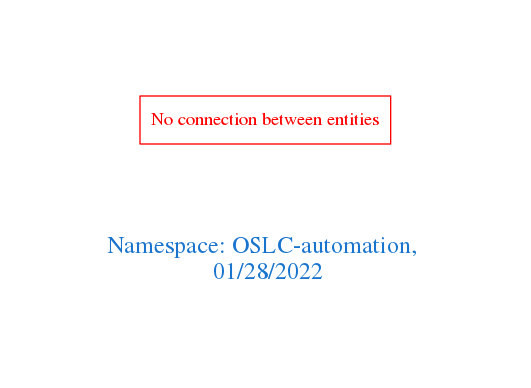
arago/OGIT keeps this Graphviz diagram as downloads/OSLC-automation.png. Above is the earlier version. Its source is kept beside it as downloads/OSLC-automation.dot.
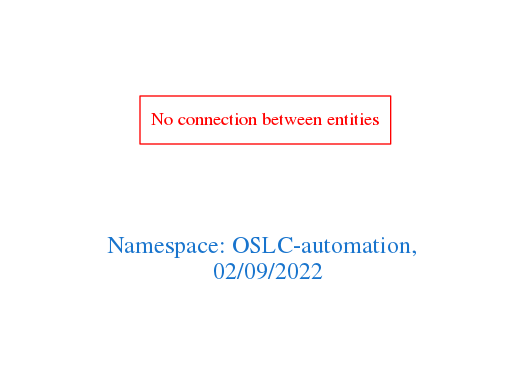
After the commit.

The edit, as a diff of the source:
```diff
@@ -1,7 +1,7 @@
 digraph OGIT_ontology {
  graph [ rankdir= LR,pad=1
 fontsize = 18,
-fontcolor= dodgerblue3,label = "\n\n\nNamespace: OSLC-automation, \n 01/28/2022"];
+fontcolor= dodgerblue3,label = "\n\n\nNamespace: OSLC-automation, \n 02/09/2022"];
 node[shape=polygon];
 edge [  color="gray81"];
 
```
